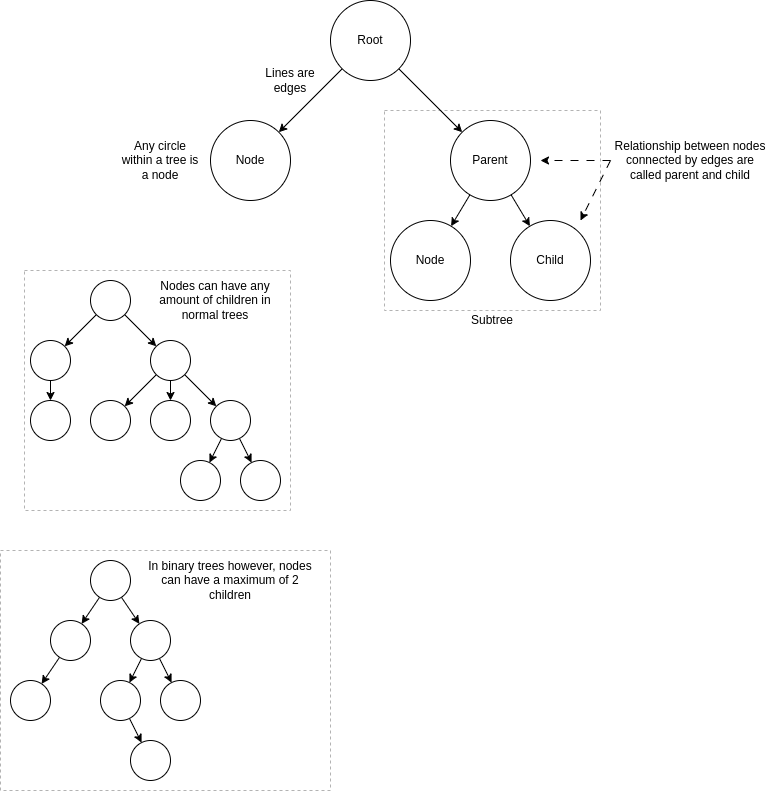
Above: trees-diagram.png in nightmono/understanding-trees (draw.io), before the change. Source tidied: cells renumbered, new cells last; positions are measured from the earlier drawing's top-left corner, leaving out a move shared by most shapes. Source of this version:
```xml
<mxGraphModel>
  <root>
    <mxCell id="0" />
    <mxCell id="1" parent="0" />
    <mxCell id="2" style="rounded=0;whiteSpace=wrap;html=1;dashed=1;fillColor=none;strokeColor=#B3B3B3;" parent="1" vertex="1">
      <mxGeometry x="384" y="110" width="216" height="200" as="geometry" />
    </mxCell>
    <mxCell id="3" style="rounded=0;whiteSpace=wrap;html=1;dashed=1;fillColor=none;strokeColor=#B3B3B3;" parent="1" vertex="1">
      <mxGeometry x="24" y="270" width="266" height="240" as="geometry" />
    </mxCell>
    <mxCell id="4" style="edgeStyle=none;html=1;entryX=1;entryY=0;entryDx=0;entryDy=0;" parent="1" edge="1" source="6" target="7">
      <mxGeometry relative="1" as="geometry" />
    </mxCell>
    <mxCell id="5" style="edgeStyle=none;html=1;" parent="1" edge="1" source="6" target="10">
      <mxGeometry relative="1" as="geometry" />
    </mxCell>
    <mxCell id="6" value="Root" style="ellipse;whiteSpace=wrap;html=1;" parent="1" vertex="1">
      <mxGeometry x="330" width="80" height="80" as="geometry" />
    </mxCell>
    <mxCell id="7" value="Node" style="ellipse;whiteSpace=wrap;html=1;" parent="1" vertex="1">
      <mxGeometry x="210" y="120" width="80" height="80" as="geometry" />
    </mxCell>
    <mxCell id="8" style="edgeStyle=none;html=1;" parent="1" edge="1" source="10" target="11">
      <mxGeometry relative="1" as="geometry" />
    </mxCell>
    <mxCell id="9" style="edgeStyle=none;html=1;" parent="1" edge="1" source="10" target="12">
      <mxGeometry relative="1" as="geometry" />
    </mxCell>
    <mxCell id="10" value="Parent" style="ellipse;whiteSpace=wrap;html=1;" parent="1" vertex="1">
      <mxGeometry x="450" y="120" width="80" height="80" as="geometry" />
    </mxCell>
    <mxCell id="11" value="Node" style="ellipse;whiteSpace=wrap;html=1;" parent="1" vertex="1">
      <mxGeometry x="390" y="220" width="80" height="80" as="geometry" />
    </mxCell>
    <mxCell id="12" value="Child" style="ellipse;whiteSpace=wrap;html=1;" parent="1" vertex="1">
      <mxGeometry x="510" y="220" width="80" height="80" as="geometry" />
    </mxCell>
    <mxCell id="13" value="Any circle within a tree is a node" style="text;html=1;strokeColor=none;fillColor=none;align=center;verticalAlign=middle;whiteSpace=wrap;rounded=0;dashed=1;" parent="1" vertex="1">
      <mxGeometry x="120" y="140" width="80" height="40" as="geometry" />
    </mxCell>
    <mxCell id="14" value="Subtree" style="text;html=1;strokeColor=none;fillColor=none;align=center;verticalAlign=middle;whiteSpace=wrap;rounded=0;dashed=1;" parent="1" vertex="1">
      <mxGeometry x="452" y="310" width="80" height="20" as="geometry" />
    </mxCell>
    <mxCell id="15" style="edgeStyle=none;html=1;dashed=1;dashPattern=8 8;" parent="1" edge="1" source="17">
      <mxGeometry relative="1" as="geometry">
        <mxPoint x="540" y="160" as="targetPoint" />
      </mxGeometry>
    </mxCell>
    <mxCell id="16" style="edgeStyle=none;html=1;exitX=0;exitY=0.5;exitDx=0;exitDy=0;dashed=1;dashPattern=8 8;" parent="1" edge="1" source="17">
      <mxGeometry relative="1" as="geometry">
        <mxPoint x="580" y="220" as="targetPoint" />
      </mxGeometry>
    </mxCell>
    <mxCell id="17" value="Relationship between nodes connected by edges are called parent and child" style="text;html=1;strokeColor=none;fillColor=none;align=center;verticalAlign=middle;whiteSpace=wrap;rounded=0;dashed=1;" parent="1" vertex="1">
      <mxGeometry x="610" y="145" width="160" height="30" as="geometry" />
    </mxCell>
    <mxCell id="18" value="Lines are edges" style="text;html=1;strokeColor=none;fillColor=none;align=center;verticalAlign=middle;whiteSpace=wrap;rounded=0;dashed=1;" parent="1" vertex="1">
      <mxGeometry x="250" y="60" width="80" height="40" as="geometry" />
    </mxCell>
    <mxCell id="19" style="edgeStyle=none;html=1;" parent="1" edge="1" source="21" target="27">
      <mxGeometry relative="1" as="geometry" />
    </mxCell>
    <mxCell id="20" style="edgeStyle=none;html=1;" parent="1" edge="1" source="21" target="23">
      <mxGeometry relative="1" as="geometry" />
    </mxCell>
    <mxCell id="21" style="ellipse;whiteSpace=wrap;html=1;" parent="1" vertex="1">
      <mxGeometry x="90" y="280" width="40" height="40" as="geometry" />
    </mxCell>
    <mxCell id="22" style="edgeStyle=none;html=1;" parent="1" edge="1" source="23" target="28">
      <mxGeometry relative="1" as="geometry" />
    </mxCell>
    <mxCell id="23" style="ellipse;whiteSpace=wrap;html=1;" parent="1" vertex="1">
      <mxGeometry x="30" y="340" width="40" height="40" as="geometry" />
    </mxCell>
    <mxCell id="24" style="edgeStyle=none;html=1;" parent="1" edge="1" source="27" target="29">
      <mxGeometry relative="1" as="geometry" />
    </mxCell>
    <mxCell id="25" style="edgeStyle=none;html=1;" parent="1" edge="1" source="27" target="30">
      <mxGeometry relative="1" as="geometry" />
    </mxCell>
    <mxCell id="26" style="edgeStyle=none;html=1;" parent="1" edge="1" source="27" target="33">
      <mxGeometry relative="1" as="geometry" />
    </mxCell>
    <mxCell id="27" style="ellipse;whiteSpace=wrap;html=1;" parent="1" vertex="1">
      <mxGeometry x="150" y="340" width="40" height="40" as="geometry" />
    </mxCell>
    <mxCell id="28" style="ellipse;whiteSpace=wrap;html=1;" parent="1" vertex="1">
      <mxGeometry x="30" y="400" width="40" height="40" as="geometry" />
    </mxCell>
    <mxCell id="29" style="ellipse;whiteSpace=wrap;html=1;" parent="1" vertex="1">
      <mxGeometry x="150" y="400" width="40" height="40" as="geometry" />
    </mxCell>
    <mxCell id="30" style="ellipse;whiteSpace=wrap;html=1;" parent="1" vertex="1">
      <mxGeometry x="90" y="400" width="40" height="40" as="geometry" />
    </mxCell>
    <mxCell id="31" style="edgeStyle=none;html=1;" parent="1" edge="1" source="33" target="34">
      <mxGeometry relative="1" as="geometry" />
    </mxCell>
    <mxCell id="32" style="edgeStyle=none;html=1;" parent="1" edge="1" source="33" target="35">
      <mxGeometry relative="1" as="geometry" />
    </mxCell>
    <mxCell id="33" style="ellipse;whiteSpace=wrap;html=1;" parent="1" vertex="1">
      <mxGeometry x="210" y="400" width="40" height="40" as="geometry" />
    </mxCell>
    <mxCell id="34" style="ellipse;whiteSpace=wrap;html=1;" parent="1" vertex="1">
      <mxGeometry x="180" y="460" width="40" height="40" as="geometry" />
    </mxCell>
    <mxCell id="35" style="ellipse;whiteSpace=wrap;html=1;" parent="1" vertex="1">
      <mxGeometry x="240" y="460" width="40" height="40" as="geometry" />
    </mxCell>
    <mxCell id="36" value="Nodes can have any amount of children in normal trees" style="text;html=1;strokeColor=none;fillColor=none;align=center;verticalAlign=middle;whiteSpace=wrap;rounded=0;" parent="1" vertex="1">
      <mxGeometry x="150" y="280" width="130" height="40" as="geometry" />
    </mxCell>
    <mxCell id="37" style="edgeStyle=none;html=1;" parent="1" edge="1" source="39" target="41">
      <mxGeometry relative="1" as="geometry" />
    </mxCell>
    <mxCell id="38" style="edgeStyle=none;html=1;" parent="1" edge="1" source="39" target="44">
      <mxGeometry relative="1" as="geometry" />
    </mxCell>
    <mxCell id="39" style="ellipse;whiteSpace=wrap;html=1;" parent="1" vertex="1">
      <mxGeometry x="90" y="560" width="40" height="40" as="geometry" />
    </mxCell>
    <mxCell id="40" style="edgeStyle=none;html=1;" parent="1" edge="1" source="41" target="45">
      <mxGeometry relative="1" as="geometry" />
    </mxCell>
    <mxCell id="41" style="ellipse;whiteSpace=wrap;html=1;" parent="1" vertex="1">
      <mxGeometry x="50" y="620" width="40" height="40" as="geometry" />
    </mxCell>
    <mxCell id="42" style="edgeStyle=none;html=1;" parent="1" edge="1" source="44" target="47">
      <mxGeometry relative="1" as="geometry" />
    </mxCell>
    <mxCell id="43" style="edgeStyle=none;html=1;" parent="1" edge="1" source="44" target="48">
      <mxGeometry relative="1" as="geometry" />
    </mxCell>
    <mxCell id="44" style="ellipse;whiteSpace=wrap;html=1;" parent="1" vertex="1">
      <mxGeometry x="130" y="620" width="40" height="40" as="geometry" />
    </mxCell>
    <mxCell id="45" style="ellipse;whiteSpace=wrap;html=1;" parent="1" vertex="1">
      <mxGeometry x="10" y="680" width="40" height="40" as="geometry" />
    </mxCell>
    <mxCell id="46" style="edgeStyle=none;html=1;" parent="1" edge="1" source="47" target="49">
      <mxGeometry relative="1" as="geometry" />
    </mxCell>
    <mxCell id="47" style="ellipse;whiteSpace=wrap;html=1;" parent="1" vertex="1">
      <mxGeometry x="100" y="680" width="40" height="40" as="geometry" />
    </mxCell>
    <mxCell id="48" style="ellipse;whiteSpace=wrap;html=1;" parent="1" vertex="1">
      <mxGeometry x="160" y="680" width="40" height="40" as="geometry" />
    </mxCell>
    <mxCell id="49" style="ellipse;whiteSpace=wrap;html=1;" parent="1" vertex="1">
      <mxGeometry x="130" y="740" width="40" height="40" as="geometry" />
    </mxCell>
    <mxCell id="50" style="rounded=0;whiteSpace=wrap;html=1;dashed=1;fillColor=none;strokeColor=#B3B3B3;" parent="1" vertex="1">
      <mxGeometry y="550" width="330" height="240" as="geometry" />
    </mxCell>
    <mxCell id="51" value="In binary trees however, nodes can have a maximum of 2 children" style="text;html=1;strokeColor=none;fillColor=none;align=center;verticalAlign=middle;whiteSpace=wrap;rounded=0;" parent="1" vertex="1">
      <mxGeometry x="140" y="560" width="180" height="40" as="geometry" />
    </mxCell>
  </root>
</mxGraphModel>
```
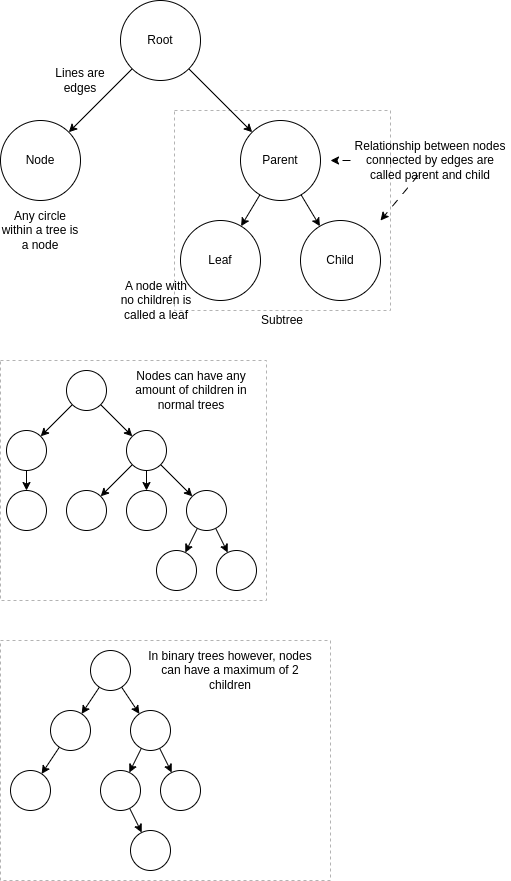
After the commit.

Commit message:
Add white background to diagram

The edit, as a diff of the source:
```diff
@@ -1,12 +1,12 @@
-<mxGraphModel>
+<mxGraphModel background="#ffffff">
   <root>
     <mxCell id="0" />
     <mxCell id="1" parent="0" />
     <mxCell id="2" style="rounded=0;whiteSpace=wrap;html=1;dashed=1;fillColor=none;strokeColor=#B3B3B3;" parent="1" vertex="1">
-      <mxGeometry x="384" y="110" width="216" height="200" as="geometry" />
+      <mxGeometry x="144" y="70" width="216" height="200" as="geometry" />
     </mxCell>
     <mxCell id="3" style="rounded=0;whiteSpace=wrap;html=1;dashed=1;fillColor=none;strokeColor=#B3B3B3;" parent="1" vertex="1">
-      <mxGeometry x="24" y="270" width="266" height="240" as="geometry" />
+      <mxGeometry x="-30" y="320" width="266" height="240" as="geometry" />
     </mxCell>
     <mxCell id="4" style="edgeStyle=none;html=1;entryX=1;entryY=0;entryDx=0;entryDy=0;" parent="1" edge="1" source="6" target="7">
       <mxGeometry relative="1" as="geometry" />
@@ -15,10 +15,10 @@
       <mxGeometry relative="1" as="geometry" />
     </mxCell>
     <mxCell id="6" value="Root" style="ellipse;whiteSpace=wrap;html=1;" parent="1" vertex="1">
-      <mxGeometry x="330" width="80" height="80" as="geometry" />
+      <mxGeometry x="90" y="-40" width="80" height="80" as="geometry" />
     </mxCell>
     <mxCell id="7" value="Node" style="ellipse;whiteSpace=wrap;html=1;" parent="1" vertex="1">
-      <mxGeometry x="210" y="120" width="80" height="80" as="geometry" />
+      <mxGeometry x="-30" y="80" width="80" height="80" as="geometry" />
     </mxCell>
     <mxCell id="8" style="edgeStyle=none;html=1;" parent="1" edge="1" source="10" target="11">
       <mxGeometry relative="1" as="geometry" />
@@ -27,35 +27,35 @@
       <mxGeometry relative="1" as="geometry" />
     </mxCell>
     <mxCell id="10" value="Parent" style="ellipse;whiteSpace=wrap;html=1;" parent="1" vertex="1">
-      <mxGeometry x="450" y="120" width="80" height="80" as="geometry" />
+      <mxGeometry x="210" y="80" width="80" height="80" as="geometry" />
     </mxCell>
-    <mxCell id="11" value="Node" style="ellipse;whiteSpace=wrap;html=1;" parent="1" vertex="1">
-      <mxGeometry x="390" y="220" width="80" height="80" as="geometry" />
+    <mxCell id="11" value="Leaf" style="ellipse;whiteSpace=wrap;html=1;" parent="1" vertex="1">
+      <mxGeometry x="150" y="180" width="80" height="80" as="geometry" />
     </mxCell>
     <mxCell id="12" value="Child" style="ellipse;whiteSpace=wrap;html=1;" parent="1" vertex="1">
-      <mxGeometry x="510" y="220" width="80" height="80" as="geometry" />
+      <mxGeometry x="270" y="180" width="80" height="80" as="geometry" />
     </mxCell>
     <mxCell id="13" value="Any circle within a tree is a node" style="text;html=1;strokeColor=none;fillColor=none;align=center;verticalAlign=middle;whiteSpace=wrap;rounded=0;dashed=1;" parent="1" vertex="1">
-      <mxGeometry x="120" y="140" width="80" height="40" as="geometry" />
+      <mxGeometry x="-30" y="170" width="80" height="40" as="geometry" />
     </mxCell>
     <mxCell id="14" value="Subtree" style="text;html=1;strokeColor=none;fillColor=none;align=center;verticalAlign=middle;whiteSpace=wrap;rounded=0;dashed=1;" parent="1" vertex="1">
-      <mxGeometry x="452" y="310" width="80" height="20" as="geometry" />
+      <mxGeometry x="212" y="270" width="80" height="20" as="geometry" />
     </mxCell>
     <mxCell id="15" style="edgeStyle=none;html=1;dashed=1;dashPattern=8 8;" parent="1" edge="1" source="17">
       <mxGeometry relative="1" as="geometry">
-        <mxPoint x="540" y="160" as="targetPoint" />
+        <mxPoint x="300" y="120" as="targetPoint" />
       </mxGeometry>
     </mxCell>
-    <mxCell id="16" style="edgeStyle=none;html=1;exitX=0;exitY=0.5;exitDx=0;exitDy=0;dashed=1;dashPattern=8 8;" parent="1" edge="1" source="17">
-      <mxGeometry relative="1" as="geometry">
-        <mxPoint x="580" y="220" as="targetPoint" />
-      </mxGeometry>
-    </mxCell>
+    <mxCell id="52" style="edgeStyle=none;html=1;dashed=1;dashPattern=8 8;" parent="1" edge="1" source="17">
+      <mxGeometry relative="1" as="geometry">
+        <mxPoint x="350" y="180" as="targetPoint" />
+      </mxGeometry>
+    </mxCell>
-    <mxCell id="17" value="Relationship between nodes connected by edges are called parent and child" style="text;html=1;strokeColor=none;fillColor=none;align=center;verticalAlign=middle;whiteSpace=wrap;rounded=0;dashed=1;" parent="1" vertex="1">
-      <mxGeometry x="610" y="145" width="160" height="30" as="geometry" />
+    <mxCell id="17" value="Relationship between nodes connected by edges are called parent and child" style="text;html=1;strokeColor=none;fillColor=none;align=center;verticalAlign=middle;whiteSpace=wrap;rounded=0;dashed=1;glass=0;" parent="1" vertex="1">
+      <mxGeometry x="320" y="105" width="160" height="30" as="geometry" />
     </mxCell>
     <mxCell id="18" value="Lines are edges" style="text;html=1;strokeColor=none;fillColor=none;align=center;verticalAlign=middle;whiteSpace=wrap;rounded=0;dashed=1;" parent="1" vertex="1">
-      <mxGeometry x="250" y="60" width="80" height="40" as="geometry" />
+      <mxGeometry x="10" y="20" width="80" height="40" as="geometry" />
     </mxCell>
     <mxCell id="19" style="edgeStyle=none;html=1;" parent="1" edge="1" source="21" target="27">
       <mxGeometry relative="1" as="geometry" />
@@ -64,13 +64,13 @@
       <mxGeometry relative="1" as="geometry" />
     </mxCell>
     <mxCell id="21" style="ellipse;whiteSpace=wrap;html=1;" parent="1" vertex="1">
-      <mxGeometry x="90" y="280" width="40" height="40" as="geometry" />
+      <mxGeometry x="36" y="330" width="40" height="40" as="geometry" />
     </mxCell>
     <mxCell id="22" style="edgeStyle=none;html=1;" parent="1" edge="1" source="23" target="28">
       <mxGeometry relative="1" as="geometry" />
     </mxCell>
     <mxCell id="23" style="ellipse;whiteSpace=wrap;html=1;" parent="1" vertex="1">
-      <mxGeometry x="30" y="340" width="40" height="40" as="geometry" />
+      <mxGeometry x="-24" y="390" width="40" height="40" as="geometry" />
     </mxCell>
     <mxCell id="24" style="edgeStyle=none;html=1;" parent="1" edge="1" source="27" target="29">
       <mxGeometry relative="1" as="geometry" />
@@ -82,16 +82,16 @@
       <mxGeometry relative="1" as="geometry" />
     </mxCell>
     <mxCell id="27" style="ellipse;whiteSpace=wrap;html=1;" parent="1" vertex="1">
-      <mxGeometry x="150" y="340" width="40" height="40" as="geometry" />
+      <mxGeometry x="96" y="390" width="40" height="40" as="geometry" />
     </mxCell>
     <mxCell id="28" style="ellipse;whiteSpace=wrap;html=1;" parent="1" vertex="1">
-      <mxGeometry x="30" y="400" width="40" height="40" as="geometry" />
+      <mxGeometry x="-24" y="450" width="40" height="40" as="geometry" />
     </mxCell>
     <mxCell id="29" style="ellipse;whiteSpace=wrap;html=1;" parent="1" vertex="1">
-      <mxGeometry x="150" y="400" width="40" height="40" as="geometry" />
+      <mxGeometry x="96" y="450" width="40" height="40" as="geometry" />
     </mxCell>
     <mxCell id="30" style="ellipse;whiteSpace=wrap;html=1;" parent="1" vertex="1">
-      <mxGeometry x="90" y="400" width="40" height="40" as="geometry" />
+      <mxGeometry x="36" y="450" width="40" height="40" as="geometry" />
     </mxCell>
     <mxCell id="31" style="edgeStyle=none;html=1;" parent="1" edge="1" source="33" target="34">
       <mxGeometry relative="1" as="geometry" />
@@ -100,16 +100,16 @@
       <mxGeometry relative="1" as="geometry" />
     </mxCell>
     <mxCell id="33" style="ellipse;whiteSpace=wrap;html=1;" parent="1" vertex="1">
-      <mxGeometry x="210" y="400" width="40" height="40" as="geometry" />
+      <mxGeometry x="156" y="450" width="40" height="40" as="geometry" />
     </mxCell>
     <mxCell id="34" style="ellipse;whiteSpace=wrap;html=1;" parent="1" vertex="1">
-      <mxGeometry x="180" y="460" width="40" height="40" as="geometry" />
+      <mxGeometry x="126" y="510" width="40" height="40" as="geometry" />
     </mxCell>
     <mxCell id="35" style="ellipse;whiteSpace=wrap;html=1;" parent="1" vertex="1">
-      <mxGeometry x="240" y="460" width="40" height="40" as="geometry" />
+      <mxGeometry x="186" y="510" width="40" height="40" as="geometry" />
     </mxCell>
     <mxCell id="36" value="Nodes can have any amount of children in normal trees" style="text;html=1;strokeColor=none;fillColor=none;align=center;verticalAlign=middle;whiteSpace=wrap;rounded=0;" parent="1" vertex="1">
-      <mxGeometry x="150" y="280" width="130" height="40" as="geometry" />
+      <mxGeometry x="96" y="330" width="130" height="40" as="geometry" />
     </mxCell>
     <mxCell id="37" style="edgeStyle=none;html=1;" parent="1" edge="1" source="39" target="41">
       <mxGeometry relative="1" as="geometry" />
@@ -118,13 +118,13 @@
       <mxGeometry relative="1" as="geometry" />
     </mxCell>
     <mxCell id="39" style="ellipse;whiteSpace=wrap;html=1;" parent="1" vertex="1">
-      <mxGeometry x="90" y="560" width="40" height="40" as="geometry" />
+      <mxGeometry x="60" y="610" width="40" height="40" as="geometry" />
     </mxCell>
     <mxCell id="40" style="edgeStyle=none;html=1;" parent="1" edge="1" source="41" target="45">
       <mxGeometry relative="1" as="geometry" />
     </mxCell>
     <mxCell id="41" style="ellipse;whiteSpace=wrap;html=1;" parent="1" vertex="1">
-      <mxGeometry x="50" y="620" width="40" height="40" as="geometry" />
+      <mxGeometry x="20" y="670" width="40" height="40" as="geometry" />
     </mxCell>
     <mxCell id="42" style="edgeStyle=none;html=1;" parent="1" edge="1" source="44" target="47">
       <mxGeometry relative="1" as="geometry" />
@@ -133,28 +133,31 @@
       <mxGeometry relative="1" as="geometry" />
     </mxCell>
     <mxCell id="44" style="ellipse;whiteSpace=wrap;html=1;" parent="1" vertex="1">
-      <mxGeometry x="130" y="620" width="40" height="40" as="geometry" />
+      <mxGeometry x="100" y="670" width="40" height="40" as="geometry" />
     </mxCell>
     <mxCell id="45" style="ellipse;whiteSpace=wrap;html=1;" parent="1" vertex="1">
-      <mxGeometry x="10" y="680" width="40" height="40" as="geometry" />
+      <mxGeometry x="-20" y="730" width="40" height="40" as="geometry" />
     </mxCell>
     <mxCell id="46" style="edgeStyle=none;html=1;" parent="1" edge="1" source="47" target="49">
       <mxGeometry relative="1" as="geometry" />
     </mxCell>
     <mxCell id="47" style="ellipse;whiteSpace=wrap;html=1;" parent="1" vertex="1">
-      <mxGeometry x="100" y="680" width="40" height="40" as="geometry" />
+      <mxGeometry x="70" y="730" width="40" height="40" as="geometry" />
     </mxCell>
     <mxCell id="48" style="ellipse;whiteSpace=wrap;html=1;" parent="1" vertex="1">
-      <mxGeometry x="160" y="680" width="40" height="40" as="geometry" />
+      <mxGeometry x="130" y="730" width="40" height="40" as="geometry" />
     </mxCell>
     <mxCell id="49" style="ellipse;whiteSpace=wrap;html=1;" parent="1" vertex="1">
-      <mxGeometry x="130" y="740" width="40" height="40" as="geometry" />
+      <mxGeometry x="100" y="790" width="40" height="40" as="geometry" />
     </mxCell>
     <mxCell id="50" style="rounded=0;whiteSpace=wrap;html=1;dashed=1;fillColor=none;strokeColor=#B3B3B3;" parent="1" vertex="1">
-      <mxGeometry y="550" width="330" height="240" as="geometry" />
+      <mxGeometry x="-30" y="600" width="330" height="240" as="geometry" />
     </mxCell>
     <mxCell id="51" value="In binary trees however, nodes can have a maximum of 2 children" style="text;html=1;strokeColor=none;fillColor=none;align=center;verticalAlign=middle;whiteSpace=wrap;rounded=0;" parent="1" vertex="1">
-      <mxGeometry x="140" y="560" width="180" height="40" as="geometry" />
+      <mxGeometry x="110" y="610" width="180" height="40" as="geometry" />
     </mxCell>
+    <mxCell id="53" value="A node with no children is called a leaf" style="text;html=1;strokeColor=none;fillColor=none;align=center;verticalAlign=middle;whiteSpace=wrap;rounded=0;dashed=1;" parent="1" vertex="1">
+      <mxGeometry x="86" y="240" width="80" height="40" as="geometry" />
+    </mxCell>
   </root>
 </mxGraphModel>
```
